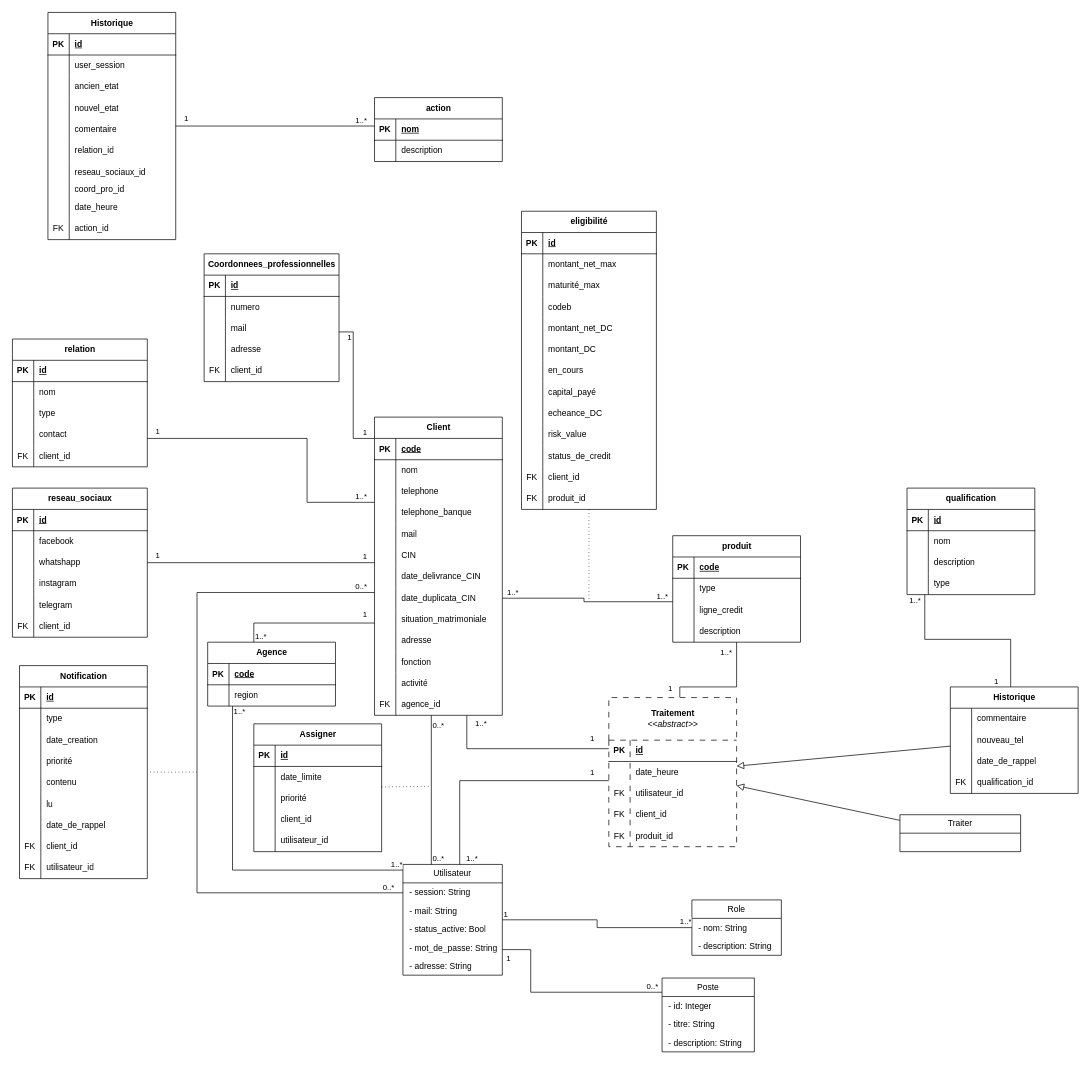
This is presentationMCD-ABM-BLIPP.drawio from 34arsonEddy/ABM, a draw.io file, before an edit. Source tidied: cells renumbered, new cells numbered last; positions are measured from the earlier drawing's top-left corner, leaving out a move shared by most shapes. Both pictures are drawn from the tidied source at 71%, with x=0, y=0 at pixel (12, 12).
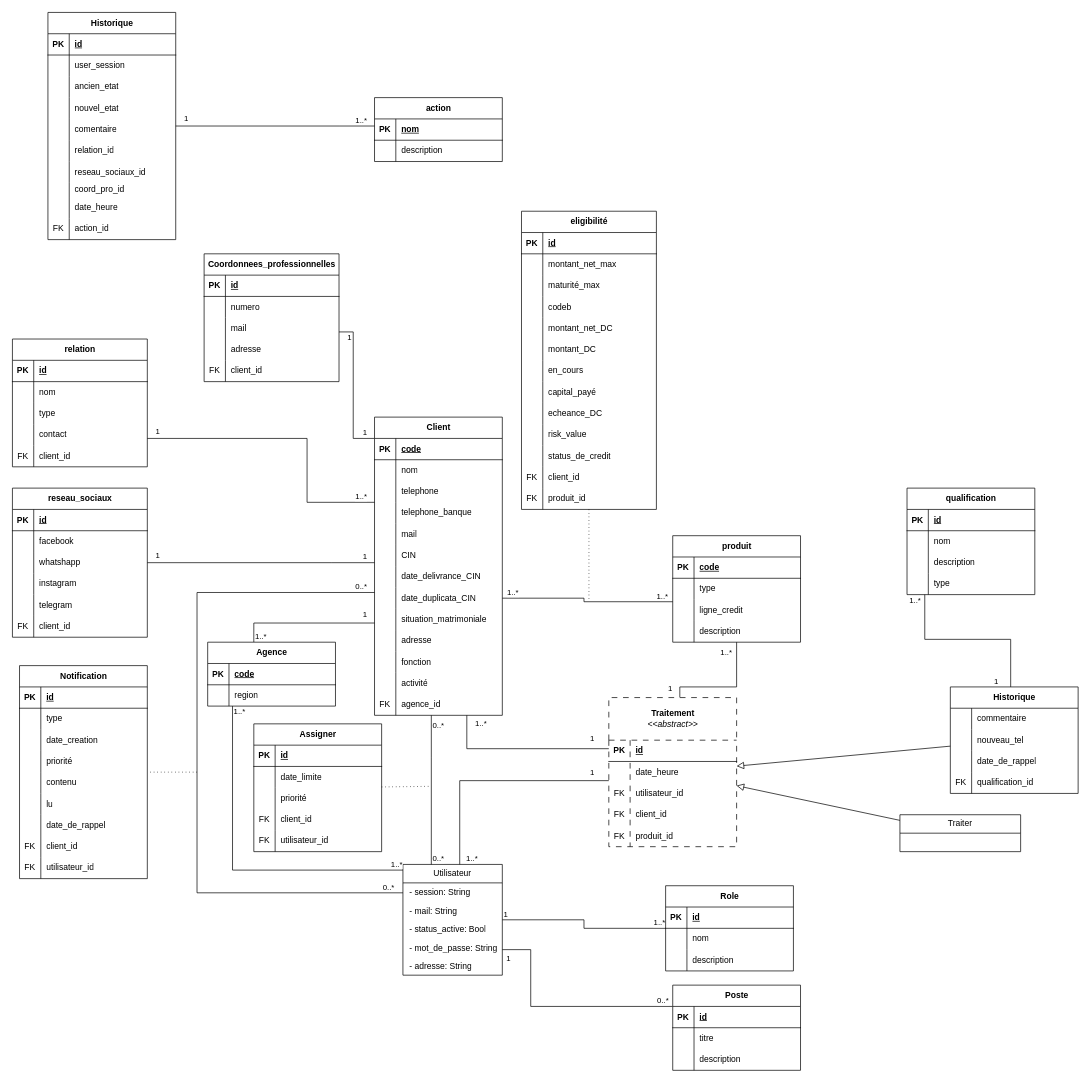
The same diagram, later.

Commit message (it also covers changes not shown here):
Mettre à jour presentationMCD-ABM-BLIPP.drawio

The change refers to these unchanged cells:
```xml
<mxCell id="2" value="Utilisateur" style="swimlane;fontStyle=0;horizontal=1;startSize=26;fillColor=none;whiteSpace=wrap;html=1;" parent="1" vertex="1">
  <mxGeometry x="550" y="1200" width="140" height="156" as="geometry" />
</mxCell>
<mxCell id="242" style="shape=tableRow;horizontal=0;startSize=0;swimlaneHead=0;swimlaneBody=0;fillColor=none;top=0;left=0;right=0;bottom=0;" parent="232" vertex="1">
  <mxGeometry y="120" width="180" height="30" as="geometry" />
</mxCell>
<mxCell id="245" style="shape=tableRow;horizontal=0;startSize=0;swimlaneHead=0;swimlaneBody=0;fillColor=none;top=0;left=0;right=0;bottom=0;" parent="232" vertex="1">
  <mxGeometry y="150" width="180" height="30" as="geometry" />
</mxCell>
```

Diff of the diagram source:
```diff
@@
-    <mxCell id="8" value="Poste" style="swimlane;fontStyle=0;horizontal=1;startSize=26;fillColor=none;whiteSpace=wrap;html=1;" parent="1" vertex="1">
-      <mxGeometry x="915" y="1360" width="130" height="104" as="geometry" />
-    </mxCell>
-    <mxCell id="9" value="&amp;nbsp;- id: Integer" style="text;strokeColor=none;fillColor=none;align=left;verticalAlign=top;spacingLeft=4;spacingRight=4;overflow=hidden;whiteSpace=wrap;html=1;" parent="8" vertex="1">
-      <mxGeometry y="26" width="130" height="26" as="geometry" />
-    </mxCell>
-    <mxCell id="10" value="&amp;nbsp;- titre: String" style="text;strokeColor=none;fillColor=none;align=left;verticalAlign=top;spacingLeft=4;spacingRight=4;overflow=hidden;whiteSpace=wrap;html=1;" parent="8" vertex="1">
-      <mxGeometry y="52" width="130" height="26" as="geometry" />
-    </mxCell>
-    <mxCell id="11" value="&amp;nbsp;- description: String" style="text;strokeColor=none;fillColor=none;align=left;verticalAlign=top;spacingLeft=4;spacingRight=4;overflow=hidden;whiteSpace=wrap;html=1;" parent="8" vertex="1">
-      <mxGeometry y="78" width="130" height="26" as="geometry" />
-    </mxCell>
-    <mxCell id="12" value="Role" style="swimlane;fontStyle=0;horizontal=1;startSize=26;fillColor=none;whiteSpace=wrap;html=1;" parent="1" vertex="1">
-      <mxGeometry x="957" y="1250" width="126" height="78" as="geometry" />
-    </mxCell>
-    <mxCell id="13" value="&amp;nbsp;- nom: String" style="text;strokeColor=none;fillColor=none;align=left;verticalAlign=top;spacingLeft=4;spacingRight=4;overflow=hidden;whiteSpace=wrap;html=1;" parent="12" vertex="1">
-      <mxGeometry y="26" width="126" height="26" as="geometry" />
-    </mxCell>
-    <mxCell id="14" value="&amp;nbsp;- description: String" style="text;strokeColor=none;fillColor=none;align=left;verticalAlign=top;spacingLeft=4;spacingRight=4;overflow=hidden;whiteSpace=wrap;html=1;" parent="12" vertex="1">
-      <mxGeometry y="52" width="126" height="26" as="geometry" />
-    </mxCell>
@@
     <mxCell id="21" style="endArrow=none;html=1;edgeStyle=orthogonalEdgeStyle;rounded=0;" parent="1" edge="1" source="2" target="8">
       <mxGeometry relative="1" as="geometry">
         <Array as="points">
           <mxPoint x="730" y="1320" />
-          <mxPoint x="730" y="1380" />
+          <mxPoint x="730" y="1400" />
         </Array>
       </mxGeometry>
     </mxCell>
@@
-    <mxCell id="243" style="shape=partialRectangle;fillColor=none;top=0;left=0;bottom=0;right=0;overflow=hidden;whiteSpace=wrap;html=1;" parent="242" vertex="1">
+    <mxCell id="243" value="FK" style="shape=partialRectangle;fillColor=none;top=0;left=0;bottom=0;right=0;overflow=hidden;whiteSpace=wrap;html=1;" parent="242" vertex="1">
       <mxGeometry width="30" height="30" as="geometry" />
     </mxCell>
@@
-    <mxCell id="246" style="shape=partialRectangle;fillColor=none;top=0;left=0;bottom=0;right=0;overflow=hidden;whiteSpace=wrap;html=1;" parent="245" vertex="1">
+    <mxCell id="246" value="FK" style="shape=partialRectangle;fillColor=none;top=0;left=0;bottom=0;right=0;overflow=hidden;whiteSpace=wrap;html=1;" parent="245" vertex="1">
       <mxGeometry width="30" height="30" as="geometry" />
     </mxCell>
@@
+    <mxCell id="12" value="Role" style="shape=table;startSize=30;childLayout=tableLayout;rowLines=0;fontStyle=1;align=center;html=1;" parent="1" vertex="1">
+      <mxGeometry x="920" y="1230" width="180" height="120" as="geometry" />
+    </mxCell>
+    <mxCell id="343" style="shape=tableRow;horizontal=0;startSize=0;swimlaneHead=0;swimlaneBody=0;fillColor=none;top=0;left=0;right=0;bottom=1;" parent="12" vertex="1">
+      <mxGeometry y="30" width="180" height="30" as="geometry" />
+    </mxCell>
+    <mxCell id="344" value="PK" style="shape=partialRectangle;fillColor=none;top=0;left=0;bottom=0;right=0;fontStyle=1;overflow=hidden;whiteSpace=wrap;html=1;" parent="343" vertex="1">
+      <mxGeometry width="30" height="30" as="geometry" />
+    </mxCell>
+    <mxCell id="345" value="id" style="shape=partialRectangle;fillColor=none;top=0;left=0;bottom=0;right=0;align=left;spacingLeft=6;fontStyle=5;overflow=hidden;whiteSpace=wrap;html=1;" parent="343" vertex="1">
+      <mxGeometry x="30" width="150" height="30" as="geometry" />
+    </mxCell>
+    <mxCell id="346" style="shape=tableRow;horizontal=0;startSize=0;swimlaneHead=0;swimlaneBody=0;fillColor=none;top=0;left=0;right=0;bottom=0;" parent="12" vertex="1">
+      <mxGeometry y="60" width="180" height="30" as="geometry" />
+    </mxCell>
+    <mxCell id="347" style="shape=partialRectangle;fillColor=none;top=0;left=0;bottom=0;right=0;overflow=hidden;whiteSpace=wrap;html=1;" parent="346" vertex="1">
+      <mxGeometry width="30" height="30" as="geometry" />
+    </mxCell>
+    <mxCell id="348" value="nom" style="shape=partialRectangle;fillColor=none;top=0;left=0;bottom=0;right=0;align=left;spacingLeft=6;overflow=hidden;whiteSpace=wrap;html=1;" parent="346" vertex="1">
+      <mxGeometry x="30" width="150" height="30" as="geometry" />
+    </mxCell>
+    <mxCell id="349" style="shape=tableRow;horizontal=0;startSize=0;swimlaneHead=0;swimlaneBody=0;fillColor=none;top=0;left=0;right=0;bottom=0;" parent="12" vertex="1">
+      <mxGeometry y="90" width="180" height="30" as="geometry" />
+    </mxCell>
+    <mxCell id="350" style="shape=partialRectangle;fillColor=none;top=0;left=0;bottom=0;right=0;overflow=hidden;whiteSpace=wrap;html=1;" parent="349" vertex="1">
+      <mxGeometry width="30" height="30" as="geometry" />
+    </mxCell>
+    <mxCell id="351" value="description" style="shape=partialRectangle;fillColor=none;top=0;left=0;bottom=0;right=0;align=left;spacingLeft=6;overflow=hidden;whiteSpace=wrap;html=1;" parent="349" vertex="1">
+      <mxGeometry x="30" width="150" height="30" as="geometry" />
+    </mxCell>
+    <mxCell id="8" value="Poste" style="shape=table;startSize=30;childLayout=tableLayout;rowLines=0;fontStyle=1;align=center;html=1;" parent="1" vertex="1">
+      <mxGeometry x="930" y="1370" width="180" height="120" as="geometry" />
+    </mxCell>
+    <mxCell id="352" style="shape=tableRow;horizontal=0;startSize=0;swimlaneHead=0;swimlaneBody=0;fillColor=none;top=0;left=0;right=0;bottom=1;" parent="8" vertex="1">
+      <mxGeometry y="30" width="180" height="30" as="geometry" />
+    </mxCell>
+    <mxCell id="353" value="PK" style="shape=partialRectangle;fillColor=none;top=0;left=0;bottom=0;right=0;fontStyle=1;overflow=hidden;whiteSpace=wrap;html=1;" parent="352" vertex="1">
+      <mxGeometry width="30" height="30" as="geometry" />
+    </mxCell>
+    <mxCell id="354" value="id" style="shape=partialRectangle;fillColor=none;top=0;left=0;bottom=0;right=0;align=left;spacingLeft=6;fontStyle=5;overflow=hidden;whiteSpace=wrap;html=1;" parent="352" vertex="1">
+      <mxGeometry x="30" width="150" height="30" as="geometry" />
+    </mxCell>
+    <mxCell id="355" style="shape=tableRow;horizontal=0;startSize=0;swimlaneHead=0;swimlaneBody=0;fillColor=none;top=0;left=0;right=0;bottom=0;" parent="8" vertex="1">
+      <mxGeometry y="60" width="180" height="30" as="geometry" />
+    </mxCell>
+    <mxCell id="356" style="shape=partialRectangle;fillColor=none;top=0;left=0;bottom=0;right=0;overflow=hidden;whiteSpace=wrap;html=1;" parent="355" vertex="1">
+      <mxGeometry width="30" height="30" as="geometry" />
+    </mxCell>
+    <mxCell id="357" value="titre" style="shape=partialRectangle;fillColor=none;top=0;left=0;bottom=0;right=0;align=left;spacingLeft=6;overflow=hidden;whiteSpace=wrap;html=1;" parent="355" vertex="1">
+      <mxGeometry x="30" width="150" height="30" as="geometry" />
+    </mxCell>
+    <mxCell id="358" style="shape=tableRow;horizontal=0;startSize=0;swimlaneHead=0;swimlaneBody=0;fillColor=none;top=0;left=0;right=0;bottom=0;" parent="8" vertex="1">
+      <mxGeometry y="90" width="180" height="30" as="geometry" />
+    </mxCell>
+    <mxCell id="359" style="shape=partialRectangle;fillColor=none;top=0;left=0;bottom=0;right=0;overflow=hidden;whiteSpace=wrap;html=1;" parent="358" vertex="1">
+      <mxGeometry width="30" height="30" as="geometry" />
+    </mxCell>
+    <mxCell id="360" value="description" style="shape=partialRectangle;fillColor=none;top=0;left=0;bottom=0;right=0;align=left;spacingLeft=6;overflow=hidden;whiteSpace=wrap;html=1;" parent="358" vertex="1">
+      <mxGeometry x="30" width="150" height="30" as="geometry" />
+    </mxCell>
```
